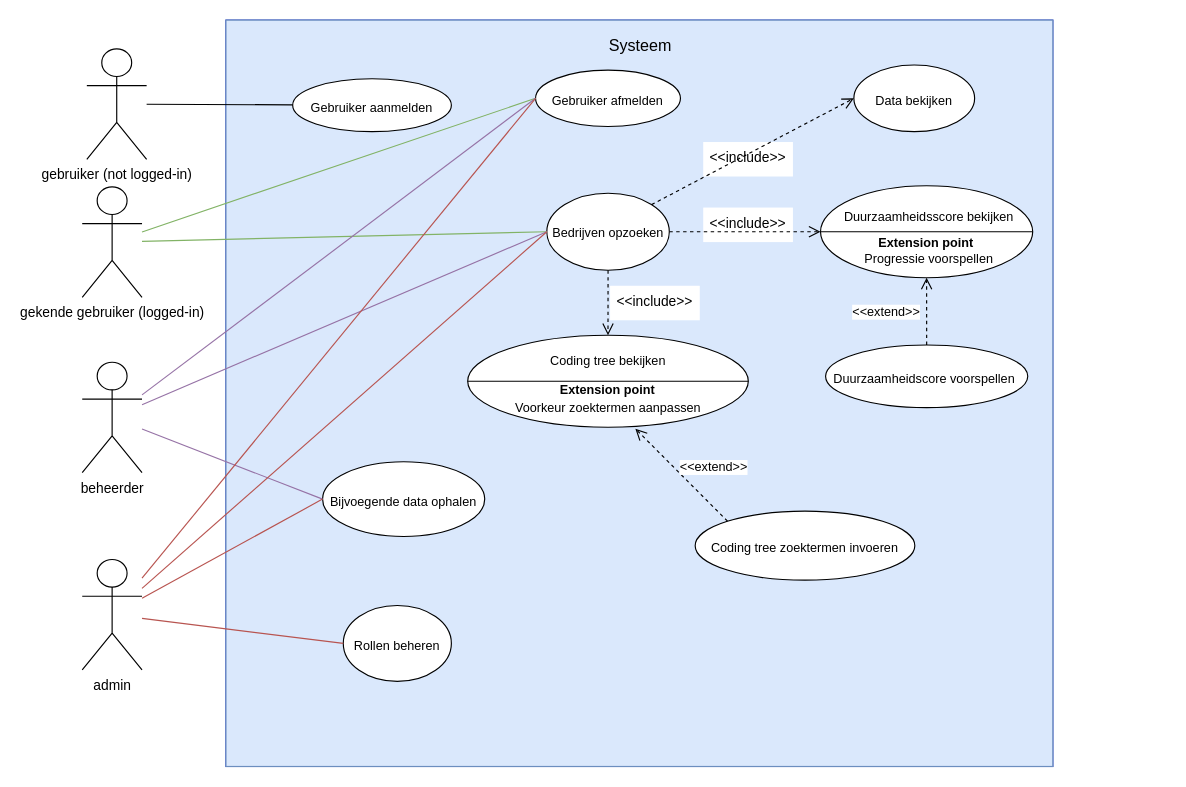
Earlier version of the draw.io diagram Analyse/UCD/UCD - Data Engineering Project 3.drawio (SiebeVCHoGent/DataEngineeringP2). Source tidied: cells renumbered, new cells numbered last; positions are measured from the earlier drawing's top-left corner, leaving out a move shared by most shapes. Both pictures are drawn from the tidied source at 115%, with x=0, y=0 at pixel (82, 20).
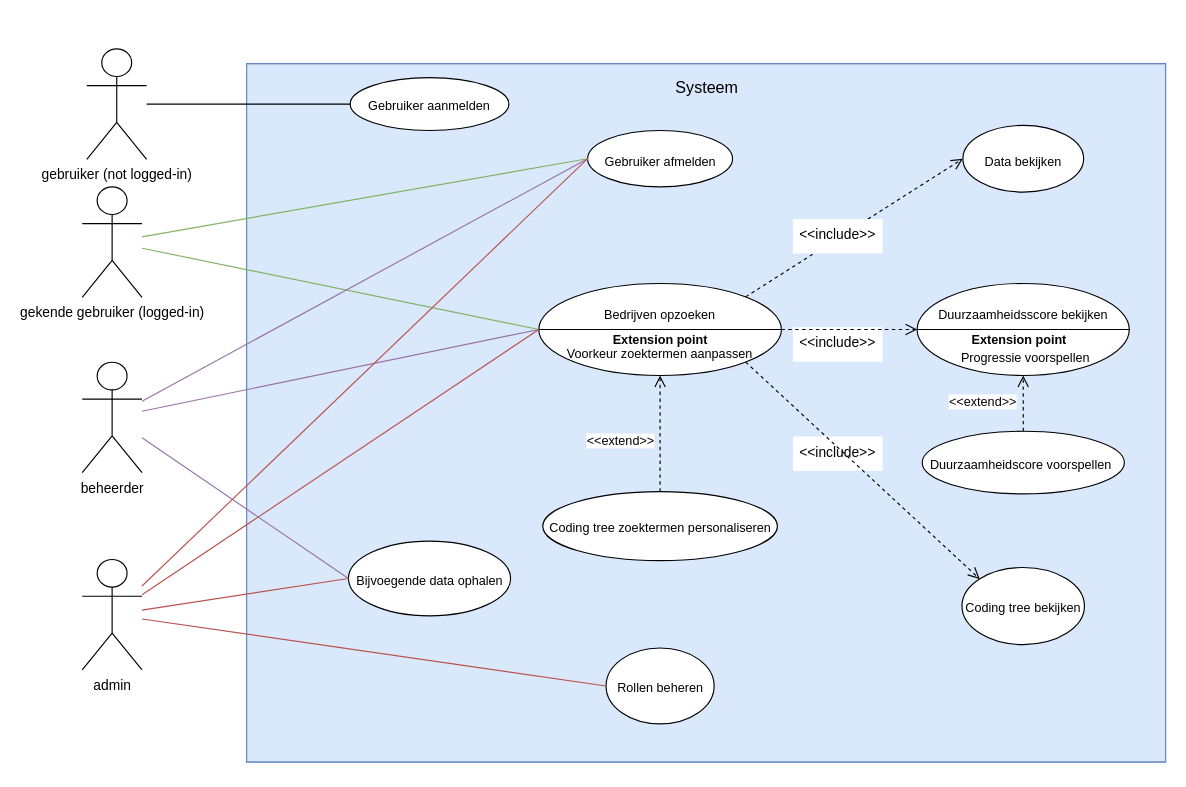
The same diagram, later.

Unchanged cells that the change refers to:
```xml
<mxCell id="34" value="gekende gebruiker (logged-in)" style="shape=umlActor;verticalLabelPosition=bottom;verticalAlign=top;html=1;outlineConnect=0;" parent="1" vertex="1">
  <mxGeometry y="145" width="52" height="96" as="geometry" />
</mxCell>
<mxCell id="38" value="beheerder" style="shape=umlActor;verticalLabelPosition=bottom;verticalAlign=top;html=1;outlineConnect=0;" parent="1" vertex="1">
  <mxGeometry y="297.5" width="52" height="96" as="geometry" />
</mxCell>
<mxCell id="43" value="admin" style="shape=umlActor;verticalLabelPosition=bottom;verticalAlign=top;html=1;outlineConnect=0;" parent="1" vertex="1">
  <mxGeometry y="469" width="52" height="96" as="geometry" />
</mxCell>
```

What changed in the source:
```diff
@@
-    <mxCell id="4" style="group;fillColor=default;fontColor=#ffffff;strokeColor=#001DBC;" parent="1" vertex="1">
-      <mxGeometry x="125" width="719" height="649" as="geometry" />
+    <mxCell id="4" style="group;fillColor=default;fontColor=#ffffff;strokeColor=#001DBC;rounded=0;" parent="1" vertex="1">
+      <mxGeometry x="143" y="38" width="799" height="607" as="geometry" />
     </mxCell>
     <mxCell id="5" style="rounded=0;whiteSpace=wrap;html=1;fillColor=#dae8fc;strokeColor=#6c8ebf;" parent="4" vertex="1">
-      <mxGeometry width="719" height="649" as="geometry" />
+      <mxGeometry width="799" height="607" as="geometry" />
     </mxCell>
     <mxCell id="6" value="&lt;font style=&quot;font-size: 14px;&quot;&gt;Systeem&lt;/font&gt;" style="text;html=1;align=center;verticalAlign=middle;strokeColor=none;fillColor=none;" parent="4" vertex="1">
-      <mxGeometry x="323.5" y="7" width="72" height="29" as="geometry" />
+      <mxGeometry x="363.5" y="6" width="72" height="29" as="geometry" />
     </mxCell>
     <mxCell id="7" value="&lt;font style=&quot;font-size: 11px;&quot;&gt;Gebruiker afmelden&lt;/font&gt;" style="ellipse;whiteSpace=wrap;html=1;fontSize=18;" parent="4" vertex="1">
-      <mxGeometry x="269.2" y="43.5" width="126" height="49" as="geometry" />
+      <mxGeometry x="296.5" y="58" width="126" height="49" as="geometry" />
     </mxCell>
     <mxCell id="8" value="&lt;span style=&quot;font-size: 11px;&quot;&gt;Gebruiker aanmelden&lt;/span&gt;" style="ellipse;whiteSpace=wrap;html=1;fontSize=18;" parent="4" vertex="1">
-      <mxGeometry x="58" y="51" width="138" height="46" as="geometry" />
+      <mxGeometry x="90" y="12" width="138" height="46" as="geometry" />
     </mxCell>
     <mxCell id="9" value="&lt;font style=&quot;font-size: 11px;&quot;&gt;Data bekijken&lt;br&gt;&lt;/font&gt;" style="ellipse;whiteSpace=wrap;html=1;fontSize=18;" parent="4" vertex="1">
-      <mxGeometry x="546" y="39" width="105" height="58" as="geometry" />
+      <mxGeometry x="622.8" y="53.5" width="105" height="58" as="geometry" />
     </mxCell>
     <mxCell id="10" value="&lt;font style=&quot;font-size: 11px;&quot;&gt;Duurzaamheidscore voorspellen&amp;nbsp;&lt;br&gt;&lt;/font&gt;" style="ellipse;whiteSpace=wrap;html=1;fontSize=18;fillColor=default;" parent="4" vertex="1">
-      <mxGeometry x="521.4" y="282.5" width="175.8" height="54.5" as="geometry" />
+      <mxGeometry x="587.4" y="319.5" width="175.8" height="54.5" as="geometry" />
     </mxCell>
     <mxCell id="11" value="&lt;font style=&quot;font-size: 11px;&quot;&gt;Bijvoegende data ophalen&lt;/font&gt;" style="ellipse;whiteSpace=wrap;html=1;fontSize=18;" parent="4" vertex="1">
-      <mxGeometry x="84" y="384" width="141" height="65" as="geometry" />
+      <mxGeometry x="88.5" y="415" width="141" height="65" as="geometry" />
     </mxCell>
     <mxCell id="12" value="&lt;font style=&quot;font-size: 11px;&quot;&gt;Rollen beheren&lt;/font&gt;" style="ellipse;whiteSpace=wrap;html=1;fontSize=18;" parent="4" vertex="1">
-      <mxGeometry x="102" y="509" width="94" height="66" as="geometry" />
+      <mxGeometry x="312.5" y="508" width="94" height="66" as="geometry" />
     </mxCell>
-    <mxCell id="13" value="&lt;&lt;include&gt;&gt;" style="text;strokeColor=none;fillColor=default;spacingLeft=4;spacingRight=4;overflow=hidden;fontSize=12;" parent="4" vertex="1">
-      <mxGeometry x="415" y="106" width="78" height="30" as="geometry" />
-    </mxCell>
     <mxCell id="14" value="&lt;&lt;include&gt;&gt;" style="text;strokeColor=none;fillColor=default;spacingLeft=4;spacingRight=4;overflow=hidden;fontSize=12;" parent="4" vertex="1">
-      <mxGeometry x="334" y="231" width="78" height="30" as="geometry" />
+      <mxGeometry x="475" y="324" width="78" height="30" as="geometry" />
     </mxCell>
@@
-    <mxCell id="16" style="html=1;verticalAlign=bottom;endArrow=open;dashed=1;endSize=8;rounded=0;exitX=0.5;exitY=1;exitDx=0;exitDy=0;entryX=0.5;entryY=0;entryDx=0;entryDy=0;" parent="4" edge="1" source="22" target="27">
-      <mxGeometry x="0.04" y="-38" relative="1" as="geometry" />
-    </mxCell>
-    <mxCell id="17" style="html=1;verticalAlign=bottom;endArrow=open;dashed=1;endSize=8;rounded=0;entryX=0;entryY=0.5;entryDx=0;entryDy=0;exitX=1;exitY=0;exitDx=0;exitDy=0;" parent="4" edge="1" source="22" target="9">
+    <mxCell id="17" style="html=1;verticalAlign=bottom;endArrow=open;dashed=1;endSize=8;rounded=0;entryX=0;entryY=0.5;entryDx=0;entryDy=0;startArrow=none;exitX=1;exitY=0;exitDx=0;exitDy=0;" parent="4" edge="1" source="44" target="9">
       <mxGeometry x="0.04" y="-38" relative="1" as="geometry" />
     </mxCell>
     <mxCell id="18" value="&lt;&lt;include&gt;&gt;" style="text;strokeColor=none;fillColor=default;spacingLeft=4;spacingRight=4;overflow=hidden;fontSize=12;" parent="4" vertex="1">
-      <mxGeometry x="415" y="163" width="78" height="30" as="geometry" />
+      <mxGeometry x="475" y="229" width="78" height="30" as="geometry" />
     </mxCell>
-    <mxCell id="19" style="html=1;verticalAlign=bottom;endArrow=open;dashed=1;endSize=8;rounded=0;entryX=0;entryY=0.5;entryDx=0;entryDy=0;exitX=1;exitY=0.5;exitDx=0;exitDy=0;" parent="4" edge="1" source="22" target="23">
+    <mxCell id="19" style="html=1;verticalAlign=bottom;endArrow=open;dashed=1;endSize=8;rounded=0;entryX=0;entryY=0.5;entryDx=0;entryDy=0;exitX=1;exitY=0.5;exitDx=0;exitDy=0;startArrow=none;" parent="4" edge="1" source="44" target="23">
       <mxGeometry x="0.04" y="-38" relative="1" as="geometry" />
     </mxCell>
-    <mxCell id="20" value="&lt;font style=&quot;font-size: 11px;&quot;&gt;Coding tree zoektermen invoeren&lt;br&gt;&lt;/font&gt;" style="ellipse;whiteSpace=wrap;html=1;fontSize=18;fillColor=default;" parent="4" vertex="1">
-      <mxGeometry x="408" y="427" width="191" height="60" as="geometry" />
+    <mxCell id="20" value="&lt;font style=&quot;font-size: 11px;&quot;&gt;Coding tree zoektermen personaliseren&lt;br&gt;&lt;/font&gt;" style="ellipse;whiteSpace=wrap;html=1;fontSize=18;fillColor=default;" parent="4" vertex="1">
+      <mxGeometry x="257.5" y="372" width="204" height="60" as="geometry" />
     </mxCell>
-    <mxCell id="21" value="&amp;lt;&amp;lt;extend&amp;gt;&amp;gt;" style="html=1;verticalAlign=bottom;endArrow=open;dashed=1;endSize=8;rounded=0;exitX=0;exitY=0;exitDx=0;exitDy=0;entryX=0.695;entryY=0.99;entryDx=0;entryDy=0;entryPerimeter=0;" parent="4" edge="1" source="20">
-      <mxGeometry x="-0.38" y="-18" relative="1" as="geometry">
-        <mxPoint x="356" y="355.3" as="targetPoint" />
-      </mxGeometry>
-    </mxCell>
-    <mxCell id="22" value="&lt;font style=&quot;font-size: 11px;&quot;&gt;Bedrijven opzoeken&lt;/font&gt;" style="ellipse;whiteSpace=wrap;html=1;strokeColor=default;fontSize=14;fillColor=default;gradientColor=none;" parent="4" vertex="1">
-      <mxGeometry x="279" y="150.5" width="106.5" height="67" as="geometry" />
-    </mxCell>
     <mxCell id="23" style="shape=lineEllipse;perimeter=ellipsePerimeter;whiteSpace=wrap;html=1;backgroundOutline=1;strokeColor=default;fontSize=11;fillColor=default;gradientColor=none;" parent="4" vertex="1">
-      <mxGeometry x="517" y="144" width="184.5" height="80" as="geometry" />
+      <mxGeometry x="583" y="191" width="184.5" height="80" as="geometry" />
     </mxCell>
     <mxCell id="24" value="Duurzaamheidsscore bekijken" style="text;html=1;strokeColor=none;fillColor=none;align=center;verticalAlign=middle;whiteSpace=wrap;rounded=0;fontSize=11;" parent="4" vertex="1">
-      <mxGeometry x="520.5" y="156" width="181" height="30" as="geometry" />
+      <mxGeometry x="584.8" y="203" width="181" height="30" as="geometry" />
     </mxCell>
     <mxCell id="25" value="&lt;b&gt;Extension point&lt;/b&gt;" style="text;html=1;strokeColor=none;fillColor=none;align=center;verticalAlign=middle;whiteSpace=wrap;rounded=0;fontSize=11;" parent="4" vertex="1">
-      <mxGeometry x="566.2" y="179" width="86" height="30" as="geometry" />
+      <mxGeometry x="629" y="225" width="86" height="30" as="geometry" />
     </mxCell>
     <mxCell id="26" value="Progressie voorspellen" style="text;html=1;strokeColor=none;fillColor=none;align=center;verticalAlign=middle;whiteSpace=wrap;rounded=0;fontSize=11;" parent="4" vertex="1">
-      <mxGeometry x="520.5" y="193" width="181" height="30" as="geometry" />
+      <mxGeometry x="586.5" y="241" width="181" height="30" as="geometry" />
     </mxCell>
-    <mxCell id="27" style="shape=lineEllipse;perimeter=ellipsePerimeter;whiteSpace=wrap;html=1;backgroundOutline=1;strokeColor=default;fontSize=11;fillColor=default;gradientColor=none;" parent="4" vertex="1">
-      <mxGeometry x="210.2" y="274" width="244" height="80" as="geometry" />
-    </mxCell>
-    <mxCell id="28" value="Coding tree bekijken" style="text;html=1;strokeColor=none;fillColor=none;align=center;verticalAlign=middle;whiteSpace=wrap;rounded=0;fontSize=11;" parent="4" vertex="1">
-      <mxGeometry x="241.8" y="281" width="181" height="30" as="geometry" />
+    <mxCell id="28" value="&lt;font style=&quot;font-size: 11px;&quot;&gt;Coding tree bekijken&lt;br&gt;&lt;/font&gt;" style="ellipse;whiteSpace=wrap;html=1;strokeColor=default;fontSize=14;fillColor=default;gradientColor=none;" parent="4" vertex="1">
+      <mxGeometry x="622" y="438" width="106.5" height="67" as="geometry" />
     </mxCell>
+    <mxCell id="44" style="shape=lineEllipse;perimeter=ellipsePerimeter;whiteSpace=wrap;html=1;backgroundOutline=1;rounded=0;strokeColor=default;fontSize=11;fillColor=default;gradientColor=none;" parent="4" vertex="1">
+      <mxGeometry x="254" y="191" width="211" height="80" as="geometry" />
+    </mxCell>
+    <mxCell id="22" value="Bedrijven opzoeken" style="text;html=1;strokeColor=none;fillColor=none;align=center;verticalAlign=middle;whiteSpace=wrap;rounded=0;fontSize=11;" parent="4" vertex="1">
+      <mxGeometry x="269" y="203" width="181" height="30" as="geometry" />
+    </mxCell>
     <mxCell id="29" value="&lt;b&gt;Extension point&lt;/b&gt;" style="text;html=1;strokeColor=none;fillColor=none;align=center;verticalAlign=middle;whiteSpace=wrap;rounded=0;fontSize=11;" parent="4" vertex="1">
-      <mxGeometry x="289.2" y="307" width="86" height="30" as="geometry" />
+      <mxGeometry x="316.5" y="225" width="86" height="30" as="geometry" />
     </mxCell>
     <mxCell id="30" value="Voorkeur zoektermen aanpassen" style="text;html=1;strokeColor=none;fillColor=none;align=center;verticalAlign=middle;whiteSpace=wrap;rounded=0;fontSize=11;" parent="4" vertex="1">
-      <mxGeometry x="241.8" y="322" width="181" height="30" as="geometry" />
+      <mxGeometry x="269" y="237" width="181" height="30" as="geometry" />
     </mxCell>
+    <mxCell id="21" value="&amp;lt;&amp;lt;extend&amp;gt;&amp;gt;" style="html=1;verticalAlign=bottom;endArrow=open;dashed=1;endSize=8;rounded=0;exitX=0.5;exitY=0;exitDx=0;exitDy=0;entryX=0.5;entryY=1;entryDx=0;entryDy=0;" parent="4" edge="1" source="20" target="44">
+      <mxGeometry x="-0.3" y="35" relative="1" as="geometry" />
+    </mxCell>
+    <mxCell id="45" style="html=1;verticalAlign=bottom;endArrow=open;dashed=1;endSize=8;rounded=0;entryX=0;entryY=0;entryDx=0;entryDy=0;exitX=1;exitY=1;exitDx=0;exitDy=0;" parent="4" edge="1" source="44" target="28">
+      <mxGeometry x="0.04" y="-38" relative="1" as="geometry" />
+    </mxCell>
+    <mxCell id="13" value="&lt;&lt;include&gt;&gt;" style="text;strokeColor=none;fillColor=default;spacingLeft=4;spacingRight=4;overflow=hidden;fontSize=12;" parent="4" vertex="1">
+      <mxGeometry x="475" y="135" width="78" height="30" as="geometry" />
+    </mxCell>
@@
-    <mxCell id="33" style="edgeStyle=none;rounded=0;jettySize=auto;html=1;fontSize=11;endArrow=none;endFill=0;fillColor=#d5e8d4;strokeColor=#82b366;entryX=0;entryY=0.5;entryDx=0;entryDy=0;" parent="1" edge="1" source="34" target="22">
+    <mxCell id="33" style="edgeStyle=none;rounded=0;jettySize=auto;html=1;fontSize=11;endArrow=none;endFill=0;fillColor=#d5e8d4;strokeColor=#82b366;entryX=0;entryY=0.5;entryDx=0;entryDy=0;" parent="1" edge="1" source="34" target="44">
       <mxGeometry relative="1" as="geometry" />
     </mxCell>
@@
-    <mxCell id="36" style="edgeStyle=none;rounded=0;jettySize=auto;html=1;fontSize=11;endArrow=none;endFill=0;fillColor=#e1d5e7;strokeColor=#9673a6;entryX=0;entryY=0.5;entryDx=0;entryDy=0;" parent="1" edge="1" source="38" target="22">
+    <mxCell id="36" style="edgeStyle=none;rounded=0;jettySize=auto;html=1;fontSize=11;endArrow=none;endFill=0;fillColor=#e1d5e7;strokeColor=#9673a6;entryX=0;entryY=0.5;entryDx=0;entryDy=0;" parent="1" edge="1" source="38" target="44">
       <mxGeometry relative="1" as="geometry" />
     </mxCell>
@@
-    <mxCell id="40" style="edgeStyle=none;rounded=0;jettySize=auto;html=1;fontSize=11;endArrow=none;endFill=0;fillColor=#f8cecc;strokeColor=#b85450;entryX=0;entryY=0.5;entryDx=0;entryDy=0;" parent="1" edge="1" source="43" target="22">
+    <mxCell id="40" style="edgeStyle=none;rounded=0;jettySize=auto;html=1;fontSize=11;endArrow=none;endFill=0;fillColor=#f8cecc;strokeColor=#b85450;entryX=0;entryY=0.5;entryDx=0;entryDy=0;" parent="1" edge="1" source="43" target="44">
       <mxGeometry relative="1" as="geometry" />
     </mxCell>
```
